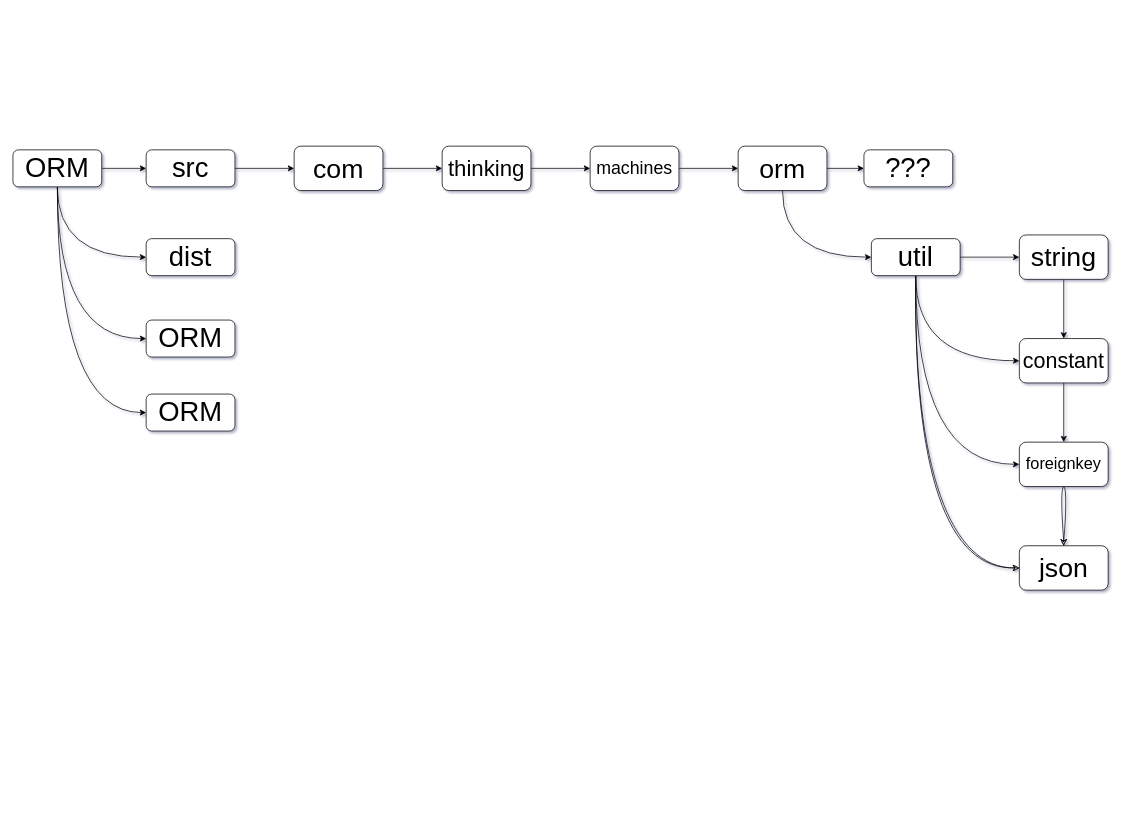
This is Docs/ORM-Packaging-Ilustration.drawio from Aakash-Tamboli/ORM-Framework, a draw.io file, before an edit. Source tidied: cells renumbered, new cells numbered last; positions are measured from the earlier drawing's top-left corner, leaving out a move shared by most shapes. Both pictures are drawn from the tidied source at 74%, with x=0, y=0 at pixel (13, 146).
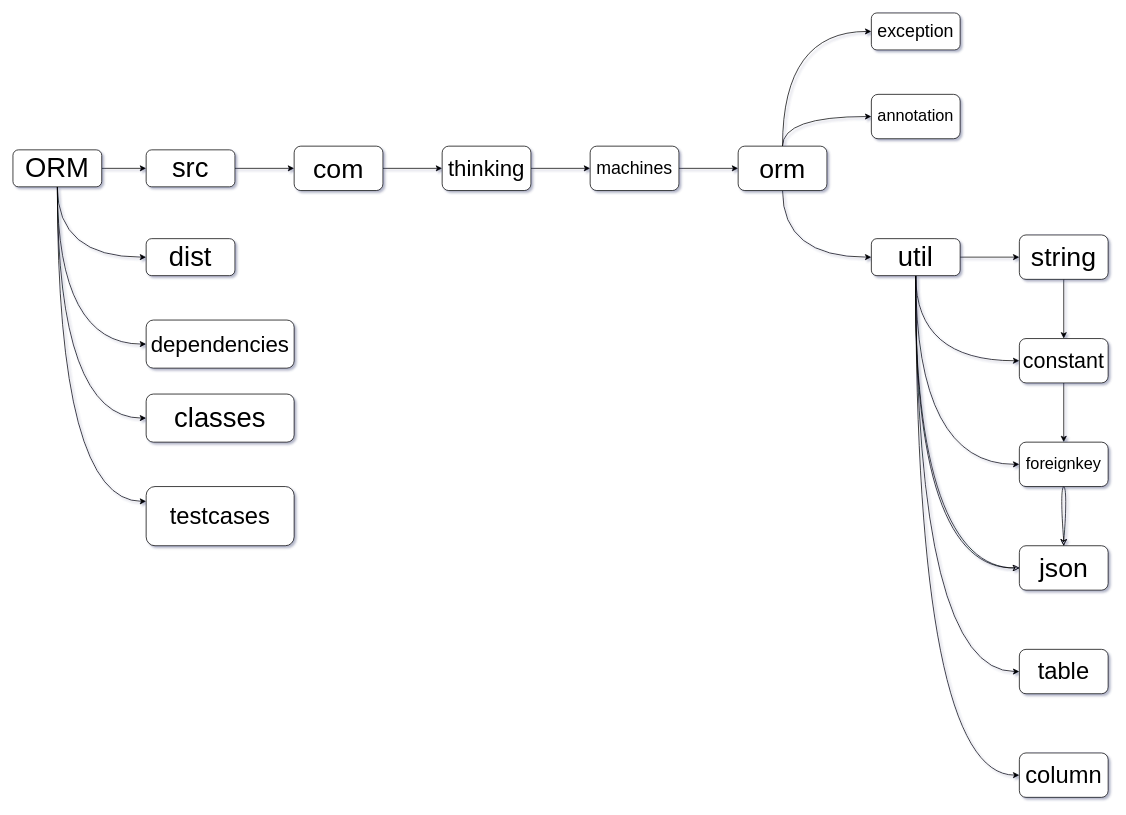
The same diagram, later.

Unchanged cells that the change refers to:
```xml
<mxCell id="6" value="&lt;font style=&quot;font-size: 37px;&quot;&gt;ORM&lt;/font&gt;" style="rounded=1;whiteSpace=wrap;html=1;" parent="1" vertex="1">
  <mxGeometry y="5" width="120" height="50" as="geometry" />
</mxCell>
<mxCell id="20" value="&lt;font style=&quot;font-size: 36px;&quot;&gt;orm&lt;/font&gt;" style="whiteSpace=wrap;html=1;rounded=1;" parent="1" vertex="1">
  <mxGeometry x="980" width="120" height="60" as="geometry" />
</mxCell>
<mxCell id="25" value="&lt;font style=&quot;font-size: 37px;&quot;&gt;util&lt;/font&gt;" style="rounded=1;whiteSpace=wrap;html=1;" parent="1" vertex="1">
  <mxGeometry x="1160" y="125" width="120" height="50" as="geometry" />
</mxCell>
```

Change to the diagram source:
```diff
@@
+    <mxCell id="34" style="edgeStyle=orthogonalEdgeStyle;rounded=0;jettySize=auto;html=1;exitX=0.5;exitY=1;exitDx=0;exitDy=0;entryX=0;entryY=0.25;entryDx=0;entryDy=0;curved=1;" parent="1" edge="1" source="6" target="41">
+      <mxGeometry relative="1" as="geometry" />
+    </mxCell>
@@
-    <mxCell id="10" value="&lt;font style=&quot;font-size: 37px;&quot;&gt;ORM&lt;/font&gt;" style="rounded=1;whiteSpace=wrap;html=1;shadow=0;" parent="1" vertex="1">
-      <mxGeometry x="180" y="235" width="120" height="50" as="geometry" />
+    <mxCell id="10" value="&lt;font style=&quot;font-size: 30px;&quot;&gt;dependencies&lt;/font&gt;" style="rounded=1;whiteSpace=wrap;html=1;shadow=0;" parent="1" vertex="1">
+      <mxGeometry x="180" y="235" width="200" height="65" as="geometry" />
     </mxCell>
-    <mxCell id="11" value="&lt;font style=&quot;font-size: 37px;&quot;&gt;ORM&lt;/font&gt;" style="rounded=1;whiteSpace=wrap;html=1;" parent="1" vertex="1">
-      <mxGeometry x="180" y="335" width="120" height="50" as="geometry" />
+    <mxCell id="11" value="&lt;font style=&quot;font-size: 37px;&quot;&gt;classes&lt;/font&gt;" style="rounded=1;whiteSpace=wrap;html=1;" parent="1" vertex="1">
+      <mxGeometry x="180" y="335" width="200" height="65" as="geometry" />
     </mxCell>
@@
+    <mxCell id="19" style="edgeStyle=orthogonalEdgeStyle;rounded=0;jettySize=auto;html=1;exitX=0.5;exitY=1;exitDx=0;exitDy=0;entryX=0;entryY=0.5;entryDx=0;entryDy=0;curved=1;" parent="1" edge="1" source="20" target="25">
+      <mxGeometry relative="1" as="geometry" />
+    </mxCell>
-    <mxCell id="18" style="edgeStyle=orthogonalEdgeStyle;rounded=0;jettySize=auto;html=1;exitX=1;exitY=0.5;exitDx=0;exitDy=0;entryX=0;entryY=0.5;entryDx=0;entryDy=0;" parent="1" edge="1" source="20" target="26">
+    <mxCell id="18" style="edgeStyle=orthogonalEdgeStyle;rounded=0;jettySize=auto;html=1;exitX=0.5;exitY=0;exitDx=0;exitDy=0;entryX=0;entryY=0.5;entryDx=0;entryDy=0;curved=1;" parent="1" edge="1" source="20" target="26">
       <mxGeometry relative="1" as="geometry" />
     </mxCell>
-    <mxCell id="19" style="edgeStyle=orthogonalEdgeStyle;rounded=0;jettySize=auto;html=1;exitX=0.5;exitY=1;exitDx=0;exitDy=0;entryX=0;entryY=0.5;entryDx=0;entryDy=0;curved=1;" parent="1" edge="1" source="20" target="25">
-      <mxGeometry relative="1" as="geometry" />
-    </mxCell>
+    <mxCell id="35" style="edgeStyle=orthogonalEdgeStyle;rounded=0;jettySize=auto;html=1;exitX=0.5;exitY=0;exitDx=0;exitDy=0;entryX=0;entryY=0.5;entryDx=0;entryDy=0;curved=1;" parent="1" edge="1" source="20" target="38">
+      <mxGeometry relative="1" as="geometry" />
+    </mxCell>
@@
+    <mxCell id="36" style="edgeStyle=orthogonalEdgeStyle;rounded=0;jettySize=auto;html=1;exitX=0.5;exitY=1;exitDx=0;exitDy=0;entryX=0;entryY=0.5;entryDx=0;entryDy=0;curved=1;" parent="1" edge="1" source="25" target="40">
+      <mxGeometry relative="1" as="geometry" />
+    </mxCell>
+    <mxCell id="37" style="edgeStyle=orthogonalEdgeStyle;rounded=0;jettySize=auto;html=1;exitX=0.5;exitY=1;exitDx=0;exitDy=0;entryX=0;entryY=0.5;entryDx=0;entryDy=0;curved=1;" parent="1" edge="1" source="25" target="39">
+      <mxGeometry relative="1" as="geometry" />
+    </mxCell>
@@
-    <mxCell id="26" value="&lt;span style=&quot;font-size: 37px;&quot;&gt;???&lt;/span&gt;" style="rounded=1;whiteSpace=wrap;html=1;" parent="1" vertex="1">
-      <mxGeometry x="1150" y="5" width="120" height="50" as="geometry" />
+    <mxCell id="26" value="&lt;font style=&quot;font-size: 24px;&quot;&gt;exception&lt;/font&gt;" style="rounded=1;whiteSpace=wrap;html=1;" parent="1" vertex="1">
+      <mxGeometry x="1160" y="-180" width="120" height="50" as="geometry" />
     </mxCell>
@@
+    <mxCell id="38" value="&lt;font style=&quot;font-size: 22px;&quot;&gt;annotation&lt;/font&gt;" style="whiteSpace=wrap;html=1;rounded=1;" parent="1" vertex="1">
+      <mxGeometry x="1160" y="-70" width="120" height="60" as="geometry" />
+    </mxCell>
+    <mxCell id="39" value="&lt;font style=&quot;font-size: 32px;&quot;&gt;table&lt;/font&gt;" style="whiteSpace=wrap;html=1;rounded=1;" parent="1" vertex="1">
+      <mxGeometry x="1360" y="680" width="120" height="60" as="geometry" />
+    </mxCell>
+    <mxCell id="40" value="&lt;font style=&quot;font-size: 32px;&quot;&gt;column&lt;/font&gt;" style="whiteSpace=wrap;html=1;rounded=1;" parent="1" vertex="1">
+      <mxGeometry x="1360" y="820" width="120" height="60" as="geometry" />
+    </mxCell>
+    <mxCell id="41" value="&lt;font style=&quot;font-size: 32px;&quot;&gt;testcases&lt;/font&gt;" style="whiteSpace=wrap;html=1;rounded=1;" parent="1" vertex="1">
+      <mxGeometry x="180" y="460" width="200" height="80" as="geometry" />
+    </mxCell>
```
